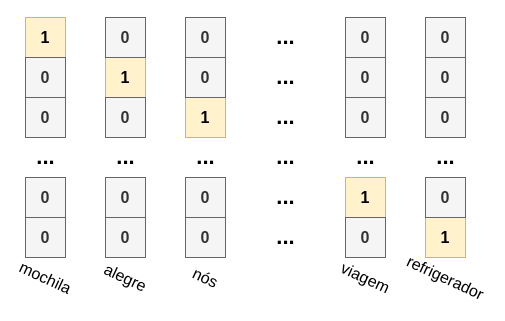
This is resources/onehot.drawio from brenoarosa/thesis, a draw.io file, before an edit. Source tidied: cells renumbered, new cells numbered last; positions are measured from the earlier drawing's top-left corner, leaving out a move shared by most shapes. Both pictures are drawn from the tidied source at 100%, with x=0, y=0 at pixel (25, 17).
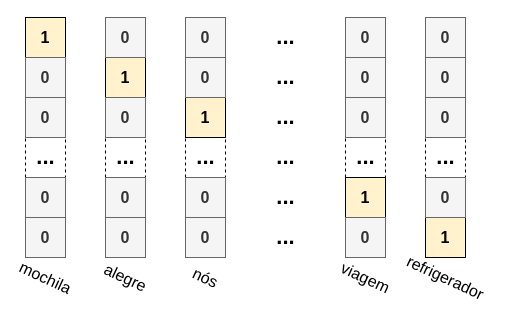
The same page after the edit.

Change to the diagram source:
```diff
@@
-    <mxCell id="7" value="&lt;div align=&quot;center&quot;&gt;&lt;b&gt;&lt;font style=&quot;font-size: 22px&quot;&gt;...&lt;/font&gt;&lt;/b&gt;&lt;/div&gt;" style="text;html=1;align=center;verticalAlign=middle;" parent="1" vertex="1">
+    <mxCell id="7" value="&lt;div align=&quot;center&quot;&gt;&lt;b&gt;&lt;font style=&quot;font-size: 22px&quot;&gt;...&lt;/font&gt;&lt;/b&gt;&lt;/div&gt;" style="text;html=1;align=center;verticalAlign=middle;dashed=1;strokeColor=#000000;" parent="1" vertex="1">
       <mxGeometry y="120" width="40" height="40" as="geometry" />
     </mxCell>
-    <mxCell id="8" value="&lt;div align=&quot;center&quot;&gt;&lt;b&gt;&lt;font style=&quot;font-size: 22px&quot;&gt;...&lt;/font&gt;&lt;/b&gt;&lt;/div&gt;" style="text;html=1;align=center;verticalAlign=middle;" parent="1" vertex="1">
+    <mxCell id="8" value="&lt;div align=&quot;center&quot;&gt;&lt;b&gt;&lt;font style=&quot;font-size: 22px&quot;&gt;...&lt;/font&gt;&lt;/b&gt;&lt;/div&gt;" style="text;html=1;align=center;verticalAlign=middle;dashed=1;strokeColor=#000000;" parent="1" vertex="1">
       <mxGeometry x="80" y="120" width="40" height="40" as="geometry" />
     </mxCell>
-    <mxCell id="9" value="&lt;div align=&quot;center&quot;&gt;&lt;b&gt;&lt;font style=&quot;font-size: 22px&quot;&gt;...&lt;/font&gt;&lt;/b&gt;&lt;/div&gt;" style="text;html=1;align=center;verticalAlign=middle;" parent="1" vertex="1">
+    <mxCell id="9" value="&lt;div align=&quot;center&quot;&gt;&lt;b&gt;&lt;font style=&quot;font-size: 22px&quot;&gt;...&lt;/font&gt;&lt;/b&gt;&lt;/div&gt;" style="text;html=1;align=center;verticalAlign=middle;dashed=1;strokeColor=#000000;" parent="1" vertex="1">
       <mxGeometry x="160" y="120" width="40" height="40" as="geometry" />
     </mxCell>
-    <mxCell id="10" value="&lt;div align=&quot;center&quot;&gt;&lt;b&gt;&lt;font style=&quot;font-size: 22px&quot;&gt;...&lt;/font&gt;&lt;/b&gt;&lt;/div&gt;" style="text;html=1;align=center;verticalAlign=middle;" parent="1" vertex="1">
+    <mxCell id="10" value="&lt;div align=&quot;center&quot;&gt;&lt;b&gt;&lt;font style=&quot;font-size: 22px&quot;&gt;...&lt;/font&gt;&lt;/b&gt;&lt;/div&gt;" style="text;html=1;align=center;verticalAlign=middle;dashed=1;strokeColor=#000000;" parent="1" vertex="1">
       <mxGeometry x="320" y="120" width="40" height="40" as="geometry" />
     </mxCell>
-    <mxCell id="11" value="&lt;div align=&quot;center&quot;&gt;&lt;b&gt;&lt;font style=&quot;font-size: 22px&quot;&gt;...&lt;/font&gt;&lt;/b&gt;&lt;/div&gt;" style="text;html=1;align=center;verticalAlign=middle;" parent="1" vertex="1">
+    <mxCell id="11" value="&lt;div align=&quot;center&quot;&gt;&lt;b&gt;&lt;font style=&quot;font-size: 22px&quot;&gt;...&lt;/font&gt;&lt;/b&gt;&lt;/div&gt;" style="text;html=1;align=center;verticalAlign=middle;dashed=1;strokeColor=#000000;" parent="1" vertex="1">
       <mxGeometry x="400" y="120" width="40" height="40" as="geometry" />
     </mxCell>
@@
-    <mxCell id="18" value="&lt;div style=&quot;font-size: 16px&quot;&gt;&lt;font style=&quot;font-size: 16px&quot;&gt;&lt;b&gt;1&lt;/b&gt;&lt;/font&gt;&lt;/div&gt;" style="rounded=0;whiteSpace=wrap;html=1;align=center;fillColor=#fff2cc;strokeColor=#d6b656;" parent="1" vertex="1">
+    <mxCell id="18" value="&lt;div style=&quot;font-size: 16px&quot;&gt;&lt;font style=&quot;font-size: 16px&quot;&gt;&lt;b&gt;1&lt;/b&gt;&lt;/font&gt;&lt;/div&gt;" style="rounded=0;whiteSpace=wrap;html=1;align=center;fillColor=#fff2cc;strokeColor=#000000;" parent="1" vertex="1">
       <mxGeometry x="400" y="200" width="40" height="40" as="geometry" />
     </mxCell>
-    <mxCell id="19" value="&lt;div style=&quot;font-size: 16px&quot;&gt;&lt;font style=&quot;font-size: 16px&quot;&gt;&lt;b&gt;1&lt;/b&gt;&lt;/font&gt;&lt;/div&gt;" style="rounded=0;whiteSpace=wrap;html=1;align=center;fillColor=#fff2cc;strokeColor=#d6b656;" parent="1" vertex="1">
+    <mxCell id="19" value="&lt;div style=&quot;font-size: 16px&quot;&gt;&lt;font style=&quot;font-size: 16px&quot;&gt;&lt;b&gt;1&lt;/b&gt;&lt;/font&gt;&lt;/div&gt;" style="rounded=0;whiteSpace=wrap;html=1;align=center;fillColor=#fff2cc;strokeColor=#000000;" parent="1" vertex="1">
       <mxGeometry x="320" y="160" width="40" height="40" as="geometry" />
     </mxCell>
-    <mxCell id="20" value="&lt;div style=&quot;font-size: 16px&quot;&gt;&lt;font style=&quot;font-size: 16px&quot;&gt;&lt;b&gt;1&lt;/b&gt;&lt;/font&gt;&lt;/div&gt;" style="rounded=0;whiteSpace=wrap;html=1;align=center;fillColor=#fff2cc;strokeColor=#d6b656;" parent="1" vertex="1">
+    <mxCell id="20" value="&lt;div style=&quot;font-size: 16px&quot;&gt;&lt;font style=&quot;font-size: 16px&quot;&gt;&lt;b&gt;1&lt;/b&gt;&lt;/font&gt;&lt;/div&gt;" style="rounded=0;whiteSpace=wrap;html=1;align=center;fillColor=#fff2cc;strokeColor=#000000;" parent="1" vertex="1">
       <mxGeometry x="160" y="80" width="40" height="40" as="geometry" />
     </mxCell>
-    <mxCell id="21" value="&lt;div style=&quot;font-size: 16px&quot;&gt;&lt;font style=&quot;font-size: 16px&quot;&gt;&lt;b&gt;1&lt;/b&gt;&lt;/font&gt;&lt;/div&gt;" style="rounded=0;whiteSpace=wrap;html=1;align=center;fillColor=#fff2cc;strokeColor=#d6b656;" parent="1" vertex="1">
+    <mxCell id="21" value="&lt;div style=&quot;font-size: 16px&quot;&gt;&lt;font style=&quot;font-size: 16px&quot;&gt;&lt;b&gt;1&lt;/b&gt;&lt;/font&gt;&lt;/div&gt;" style="rounded=0;whiteSpace=wrap;html=1;align=center;fillColor=#fff2cc;strokeColor=#000000;" parent="1" vertex="1">
       <mxGeometry x="80" y="40" width="40" height="40" as="geometry" />
     </mxCell>
-    <mxCell id="22" value="&lt;div style=&quot;font-size: 16px&quot;&gt;&lt;font style=&quot;font-size: 16px&quot;&gt;&lt;b&gt;1&lt;/b&gt;&lt;/font&gt;&lt;/div&gt;" style="rounded=0;whiteSpace=wrap;html=1;align=center;fillColor=#fff2cc;strokeColor=#d6b656;" parent="1" vertex="1">
+    <mxCell id="22" value="&lt;div style=&quot;font-size: 16px&quot;&gt;&lt;font style=&quot;font-size: 16px&quot;&gt;&lt;b&gt;1&lt;/b&gt;&lt;/font&gt;&lt;/div&gt;" style="rounded=0;whiteSpace=wrap;html=1;align=center;fillColor=#fff2cc;strokeColor=#000000;" parent="1" vertex="1">
       <mxGeometry width="40" height="40" as="geometry" />
     </mxCell>
```
